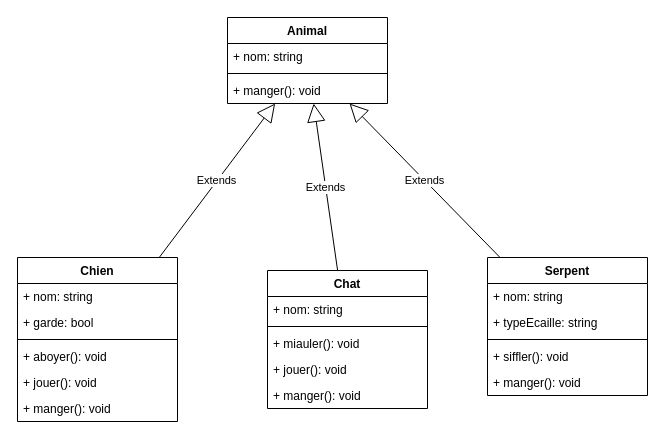
This is NotesCours/5.Héritage/1.BaseAnimaux/diagramme.drawio from choquitofrito/Int3-WAD-POO, a draw.io file, before an edit. Source tidied: cells renumbered, new cells numbered last; positions are measured from the earlier drawing's top-left corner, leaving out a move shared by most shapes. Both pictures are drawn from the tidied source at 100%, with x=0, y=0 at pixel (17, 17).
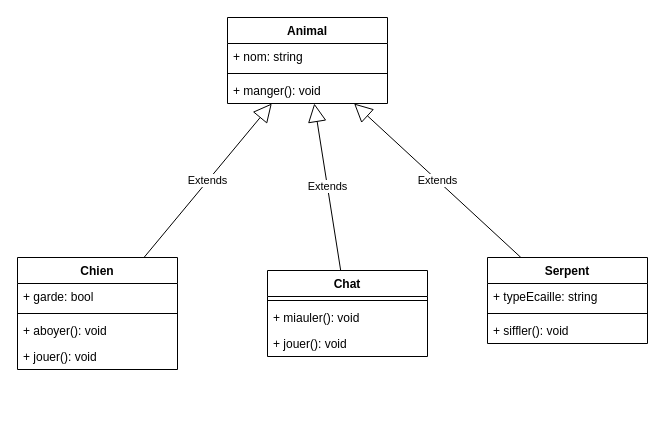
The same page after the edit.

Change to the diagram source:
```diff
@@
     <mxCell id="2" value="Chien" style="swimlane;fontStyle=1;align=center;verticalAlign=top;horizontal=1;startSize=26;whiteSpace=wrap;html=1;" parent="1" vertex="1">
-      <mxGeometry y="240" width="160" height="164" as="geometry" />
+      <mxGeometry y="240" width="160" height="112" as="geometry" />
     </mxCell>
-    <mxCell id="3" value="+ nom: string" style="text;strokeColor=none;fillColor=none;align=left;verticalAlign=top;spacingLeft=4;spacingRight=4;overflow=hidden;whiteSpace=wrap;html=1;" parent="2" vertex="1">
-      <mxGeometry y="26" width="160" height="26" as="geometry" />
-    </mxCell>
     <mxCell id="4" value="+ garde: bool" style="text;strokeColor=none;fillColor=none;align=left;verticalAlign=top;spacingLeft=4;spacingRight=4;overflow=hidden;whiteSpace=wrap;html=1;" parent="2" vertex="1">
-      <mxGeometry y="52" width="160" height="26" as="geometry" />
+      <mxGeometry y="26" width="160" height="26" as="geometry" />
     </mxCell>
     <mxCell id="5" style="line;strokeWidth=1;fillColor=none;align=left;verticalAlign=middle;spacingTop=-1;spacingLeft=3;spacingRight=3;labelPosition=right;strokeColor=inherit;" parent="2" vertex="1">
-      <mxGeometry y="78" width="160" height="8" as="geometry" />
+      <mxGeometry y="52" width="160" height="8" as="geometry" />
     </mxCell>
     <mxCell id="6" value="+ aboyer(): void" style="text;strokeColor=none;fillColor=none;align=left;verticalAlign=top;spacingLeft=4;spacingRight=4;overflow=hidden;whiteSpace=wrap;html=1;" parent="2" vertex="1">
-      <mxGeometry y="86" width="160" height="26" as="geometry" />
+      <mxGeometry y="60" width="160" height="26" as="geometry" />
     </mxCell>
     <mxCell id="7" value="+ jouer(): void" style="text;strokeColor=none;fillColor=none;align=left;verticalAlign=top;spacingLeft=4;spacingRight=4;overflow=hidden;whiteSpace=wrap;html=1;" parent="2" vertex="1">
-      <mxGeometry y="112" width="160" height="26" as="geometry" />
+      <mxGeometry y="86" width="160" height="26" as="geometry" />
     </mxCell>
-    <mxCell id="8" value="+ manger(): void" style="text;strokeColor=none;fillColor=none;align=left;verticalAlign=top;spacingLeft=4;spacingRight=4;overflow=hidden;whiteSpace=wrap;html=1;" parent="2" vertex="1">
-      <mxGeometry y="138" width="160" height="26" as="geometry" />
-    </mxCell>
     <mxCell id="9" value="Chat" style="swimlane;fontStyle=1;align=center;verticalAlign=top;horizontal=1;startSize=26;whiteSpace=wrap;html=1;" parent="1" vertex="1">
-      <mxGeometry x="250" y="253" width="160" height="138" as="geometry" />
+      <mxGeometry x="250" y="253" width="160" height="86" as="geometry" />
     </mxCell>
-    <mxCell id="10" value="+ nom: string" style="text;strokeColor=none;fillColor=none;align=left;verticalAlign=top;spacingLeft=4;spacingRight=4;overflow=hidden;whiteSpace=wrap;html=1;" parent="9" vertex="1">
-      <mxGeometry y="26" width="160" height="26" as="geometry" />
-    </mxCell>
     <mxCell id="11" style="line;strokeWidth=1;fillColor=none;align=left;verticalAlign=middle;spacingTop=-1;spacingLeft=3;spacingRight=3;labelPosition=right;strokeColor=inherit;" parent="9" vertex="1">
-      <mxGeometry y="52" width="160" height="8" as="geometry" />
+      <mxGeometry y="26" width="160" height="8" as="geometry" />
     </mxCell>
     <mxCell id="12" value="+ miauler(): void" style="text;strokeColor=none;fillColor=none;align=left;verticalAlign=top;spacingLeft=4;spacingRight=4;overflow=hidden;whiteSpace=wrap;html=1;" parent="9" vertex="1">
-      <mxGeometry y="60" width="160" height="26" as="geometry" />
+      <mxGeometry y="34" width="160" height="26" as="geometry" />
     </mxCell>
     <mxCell id="13" value="+ jouer(): void" style="text;strokeColor=none;fillColor=none;align=left;verticalAlign=top;spacingLeft=4;spacingRight=4;overflow=hidden;whiteSpace=wrap;html=1;" parent="9" vertex="1">
-      <mxGeometry y="86" width="160" height="26" as="geometry" />
+      <mxGeometry y="60" width="160" height="26" as="geometry" />
     </mxCell>
-    <mxCell id="14" value="+ manger(): void" style="text;strokeColor=none;fillColor=none;align=left;verticalAlign=top;spacingLeft=4;spacingRight=4;overflow=hidden;whiteSpace=wrap;html=1;" parent="9" vertex="1">
-      <mxGeometry y="112" width="160" height="26" as="geometry" />
-    </mxCell>
     <mxCell id="15" value="Serpent" style="swimlane;fontStyle=1;align=center;verticalAlign=top;horizontal=1;startSize=26;whiteSpace=wrap;html=1;" parent="1" vertex="1">
-      <mxGeometry x="470" y="240" width="160" height="138" as="geometry" />
+      <mxGeometry x="470" y="240" width="160" height="86" as="geometry" />
     </mxCell>
-    <mxCell id="16" value="+ nom: string" style="text;strokeColor=none;fillColor=none;align=left;verticalAlign=top;spacingLeft=4;spacingRight=4;overflow=hidden;whiteSpace=wrap;html=1;" parent="15" vertex="1">
-      <mxGeometry y="26" width="160" height="26" as="geometry" />
-    </mxCell>
     <mxCell id="17" value="+ typeEcaille: string" style="text;strokeColor=none;fillColor=none;align=left;verticalAlign=top;spacingLeft=4;spacingRight=4;overflow=hidden;whiteSpace=wrap;html=1;" parent="15" vertex="1">
-      <mxGeometry y="52" width="160" height="26" as="geometry" />
+      <mxGeometry y="26" width="160" height="26" as="geometry" />
     </mxCell>
     <mxCell id="18" style="line;strokeWidth=1;fillColor=none;align=left;verticalAlign=middle;spacingTop=-1;spacingLeft=3;spacingRight=3;labelPosition=right;strokeColor=inherit;" parent="15" vertex="1">
-      <mxGeometry y="78" width="160" height="8" as="geometry" />
+      <mxGeometry y="52" width="160" height="8" as="geometry" />
     </mxCell>
     <mxCell id="19" value="+ siffler(): void" style="text;strokeColor=none;fillColor=none;align=left;verticalAlign=top;spacingLeft=4;spacingRight=4;overflow=hidden;whiteSpace=wrap;html=1;" parent="15" vertex="1">
-      <mxGeometry y="86" width="160" height="26" as="geometry" />
+      <mxGeometry y="60" width="160" height="26" as="geometry" />
     </mxCell>
-    <mxCell id="20" value="+ manger(): void" style="text;strokeColor=none;fillColor=none;align=left;verticalAlign=top;spacingLeft=4;spacingRight=4;overflow=hidden;whiteSpace=wrap;html=1;" parent="15" vertex="1">
-      <mxGeometry y="112" width="160" height="26" as="geometry" />
-    </mxCell>
```
